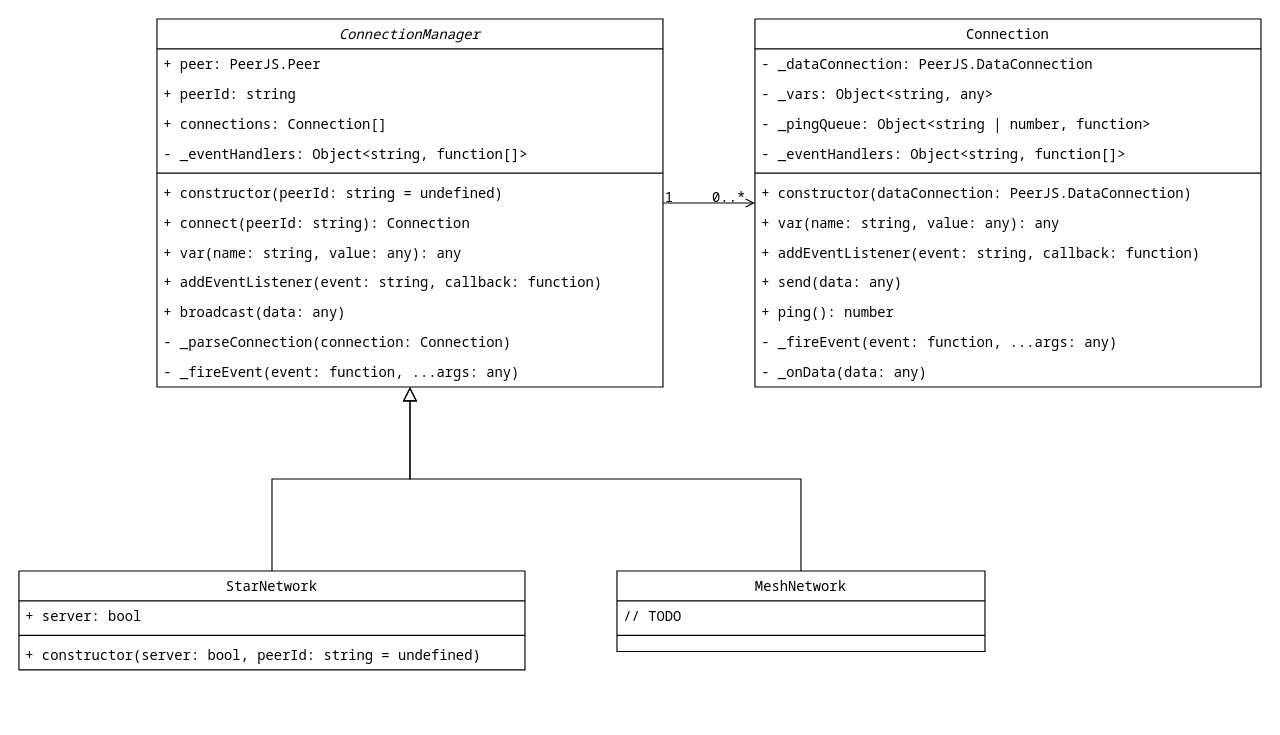
Earlier version of the draw.io diagram page "Class diagram" (1 of 3) of Class diagram.drawio (CyprianWojtas/peerjs-network). Source tidied: cells renumbered, new cells numbered last; positions are measured from the earlier drawing's top-left corner, leaving out a move shared by most shapes. Both pictures are drawn from the tidied source at 115%, with x=0, y=0 at pixel (18, 18).
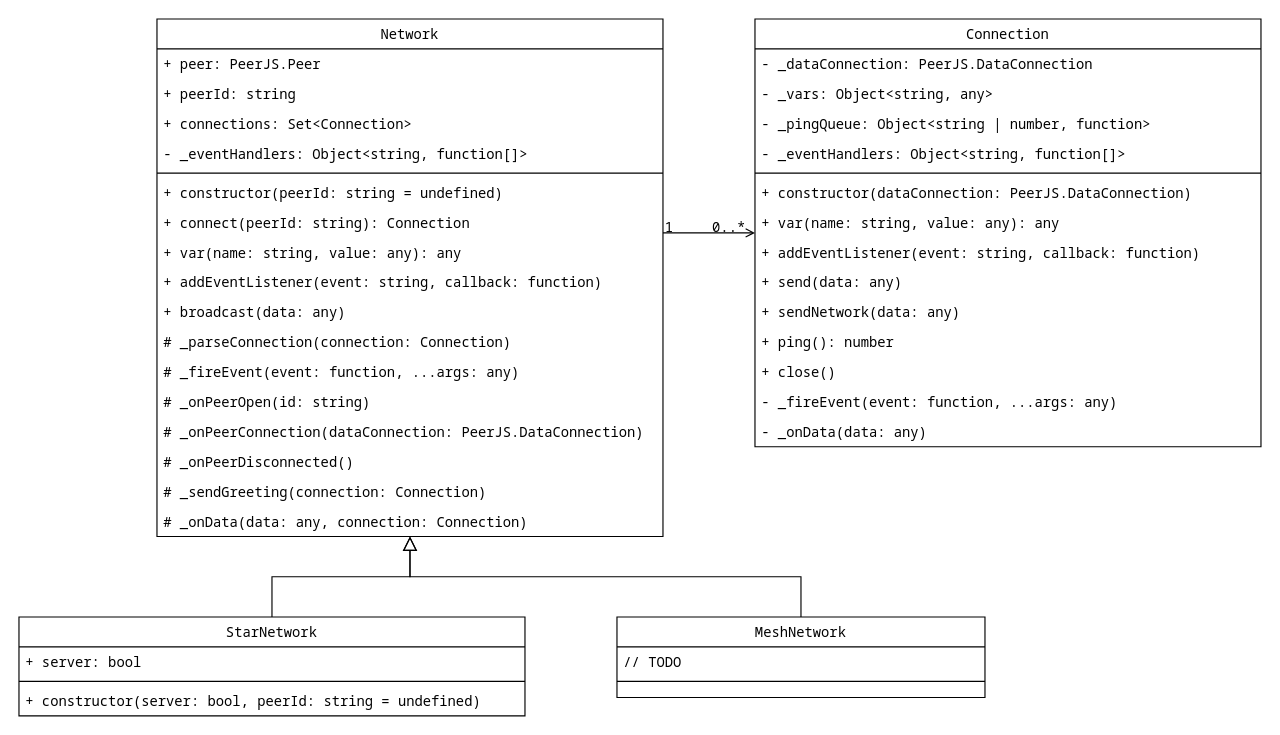
Above is the later version.

Commit message (it also covers changes not shown here):
Start of work on the star network

Change to the diagram source:
```diff
@@
-    <mxCell id="2" value="ConnectionManager" style="swimlane;fontStyle=2;align=center;verticalAlign=top;horizontal=1;startSize=26;rounded=0;shadow=0;strokeWidth=1;fontFamily=Noto Sans Mono;" parent="1" vertex="1">
-      <mxGeometry x="120" width="440" height="320" as="geometry" />
+    <mxCell id="2" value="Network" style="swimlane;fontStyle=0;align=center;verticalAlign=top;horizontal=1;startSize=26;rounded=0;shadow=0;strokeWidth=1;fontFamily=Noto Sans Mono;" parent="1" vertex="1">
+      <mxGeometry x="120" width="440" height="450" as="geometry" />
     </mxCell>
@@
-    <mxCell id="5" value="+ connections: Connection[]" style="text;align=left;verticalAlign=top;spacingLeft=4;spacingRight=4;overflow=hidden;fontFamily=Noto Sans Mono;" parent="2" vertex="1">
+    <mxCell id="5" value="+ connections: Set&lt;Connection&gt;" style="text;align=left;verticalAlign=top;spacingLeft=4;spacingRight=4;overflow=hidden;fontFamily=Noto Sans Mono;" parent="2" vertex="1">
       <mxGeometry y="78" width="440" height="26" as="geometry" />
     </mxCell>
@@
-    <mxCell id="13" value="- _parseConnection(connection: Connection)" style="text;align=left;verticalAlign=top;spacingLeft=4;spacingRight=4;overflow=hidden;fontFamily=Noto Sans Mono;" parent="2" vertex="1">
+    <mxCell id="13" value="# _parseConnection(connection: Connection)" style="text;align=left;verticalAlign=top;spacingLeft=4;spacingRight=4;overflow=hidden;fontFamily=Noto Sans Mono;" parent="2" vertex="1">
       <mxGeometry y="268" width="440" height="26" as="geometry" />
     </mxCell>
+    <mxCell id="40" value="# _fireEvent(event: function, ...args: any)" style="text;align=left;verticalAlign=top;spacingLeft=4;spacingRight=4;overflow=hidden;fontFamily=Noto Sans Mono;" parent="2" vertex="1">
+      <mxGeometry y="294" width="440" height="26" as="geometry" />
+    </mxCell>
+    <mxCell id="41" value="# _onPeerOpen(id: string)" style="text;align=left;verticalAlign=top;spacingLeft=4;spacingRight=4;overflow=hidden;fontFamily=Noto Sans Mono;" parent="2" vertex="1">
+      <mxGeometry y="320" width="440" height="26" as="geometry" />
+    </mxCell>
+    <mxCell id="42" value="# _onPeerConnection(dataConnection: PeerJS.DataConnection)" style="text;align=left;verticalAlign=top;spacingLeft=4;spacingRight=4;overflow=hidden;fontFamily=Noto Sans Mono;" parent="2" vertex="1">
+      <mxGeometry y="346" width="440" height="26" as="geometry" />
+    </mxCell>
+    <mxCell id="43" value="# _onPeerDisconnected()" style="text;align=left;verticalAlign=top;spacingLeft=4;spacingRight=4;overflow=hidden;fontFamily=Noto Sans Mono;" parent="2" vertex="1">
+      <mxGeometry y="372" width="440" height="26" as="geometry" />
+    </mxCell>
+    <mxCell id="44" value="# _sendGreeting(connection: Connection)" style="text;align=left;verticalAlign=top;spacingLeft=4;spacingRight=4;overflow=hidden;fontFamily=Noto Sans Mono;" parent="2" vertex="1">
+      <mxGeometry y="398" width="440" height="26" as="geometry" />
+    </mxCell>
-    <mxCell id="14" value="- _fireEvent(event: function, ...args: any)" style="text;align=left;verticalAlign=top;spacingLeft=4;spacingRight=4;overflow=hidden;fontFamily=Noto Sans Mono;" parent="2" vertex="1">
-      <mxGeometry y="294" width="440" height="26" as="geometry" />
+    <mxCell id="14" value="# _onData(data: any, connection: Connection)" style="text;align=left;verticalAlign=top;spacingLeft=4;spacingRight=4;overflow=hidden;fontFamily=Noto Sans Mono;" parent="2" vertex="1">
+      <mxGeometry y="424" width="440" height="26" as="geometry" />
     </mxCell>
     <mxCell id="15" value="StarNetwork" style="swimlane;fontStyle=0;align=center;verticalAlign=top;horizontal=1;startSize=26;rounded=0;shadow=0;strokeWidth=1;fontFamily=Noto Sans Mono;" parent="1" vertex="1">
-      <mxGeometry y="480" width="440" height="86" as="geometry" />
+      <mxGeometry y="520" width="440" height="86" as="geometry" />
     </mxCell>
@@
     <mxCell id="20" value="MeshNetwork" style="swimlane;fontStyle=0;align=center;verticalAlign=top;horizontal=1;startSize=26;rounded=0;shadow=0;strokeWidth=1;fontFamily=Noto Sans Mono;" parent="1" vertex="1">
-      <mxGeometry x="520" y="480" width="320" height="70" as="geometry" />
+      <mxGeometry x="520" y="520" width="320" height="70" as="geometry" />
     </mxCell>
@@
     <mxCell id="24" value="Connection" style="swimlane;fontStyle=0;align=center;verticalAlign=top;horizontal=1;startSize=26;rounded=0;shadow=0;strokeWidth=1;fontFamily=Noto Sans Mono;" parent="1" vertex="1">
-      <mxGeometry x="640" width="440" height="320" as="geometry" />
+      <mxGeometry x="640" width="440" height="372" as="geometry" />
     </mxCell>
@@
+    <mxCell id="45" value="+ sendNetwork(data: any)" style="text;align=left;verticalAlign=top;spacingLeft=4;spacingRight=4;overflow=hidden;fontFamily=Noto Sans Mono;" parent="24" vertex="1">
+      <mxGeometry y="242" width="440" height="26" as="geometry" />
+    </mxCell>
     <mxCell id="34" value="+ ping(): number" style="text;align=left;verticalAlign=top;spacingLeft=4;spacingRight=4;overflow=hidden;fontFamily=Noto Sans Mono;" parent="24" vertex="1">
-      <mxGeometry y="242" width="440" height="26" as="geometry" />
+      <mxGeometry y="268" width="440" height="26" as="geometry" />
     </mxCell>
+    <mxCell id="46" value="+ close()" style="text;align=left;verticalAlign=top;spacingLeft=4;spacingRight=4;overflow=hidden;fontFamily=Noto Sans Mono;" parent="24" vertex="1">
+      <mxGeometry y="294" width="440" height="26" as="geometry" />
+    </mxCell>
     <mxCell id="35" value="- _fireEvent(event: function, ...args: any)" style="text;align=left;verticalAlign=top;spacingLeft=4;spacingRight=4;overflow=hidden;fontFamily=Noto Sans Mono;" parent="24" vertex="1">
-      <mxGeometry y="268" width="440" height="26" as="geometry" />
+      <mxGeometry y="320" width="440" height="26" as="geometry" />
     </mxCell>
     <mxCell id="36" value="- _onData(data: any)" style="text;align=left;verticalAlign=top;spacingLeft=4;spacingRight=4;overflow=hidden;fontFamily=Noto Sans Mono;" parent="24" vertex="1">
-      <mxGeometry y="294" width="440" height="26" as="geometry" />
+      <mxGeometry y="346" width="440" height="26" as="geometry" />
     </mxCell>
```
